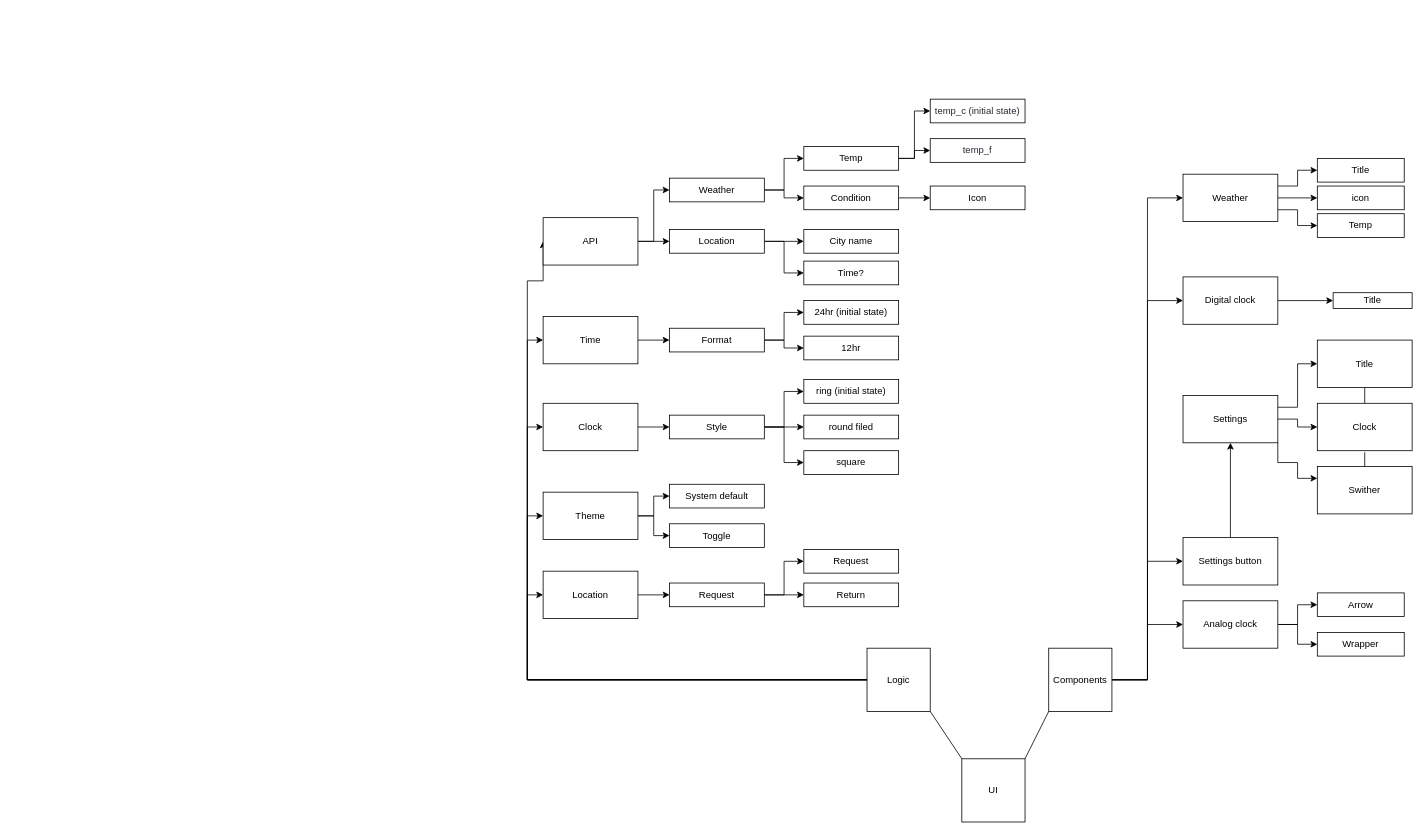
daniknewgarden/react-clock keeps this draw.io diagram as draw.io/react-clock.drawio. Above is the earlier version. Source tidied: cells renumbered, new cells numbered last; positions are measured from the earlier drawing's top-left corner, leaving out a move shared by most shapes. Both pictures are drawn from the tidied source at 79%, with x=0, y=0 at pixel (527, 99).
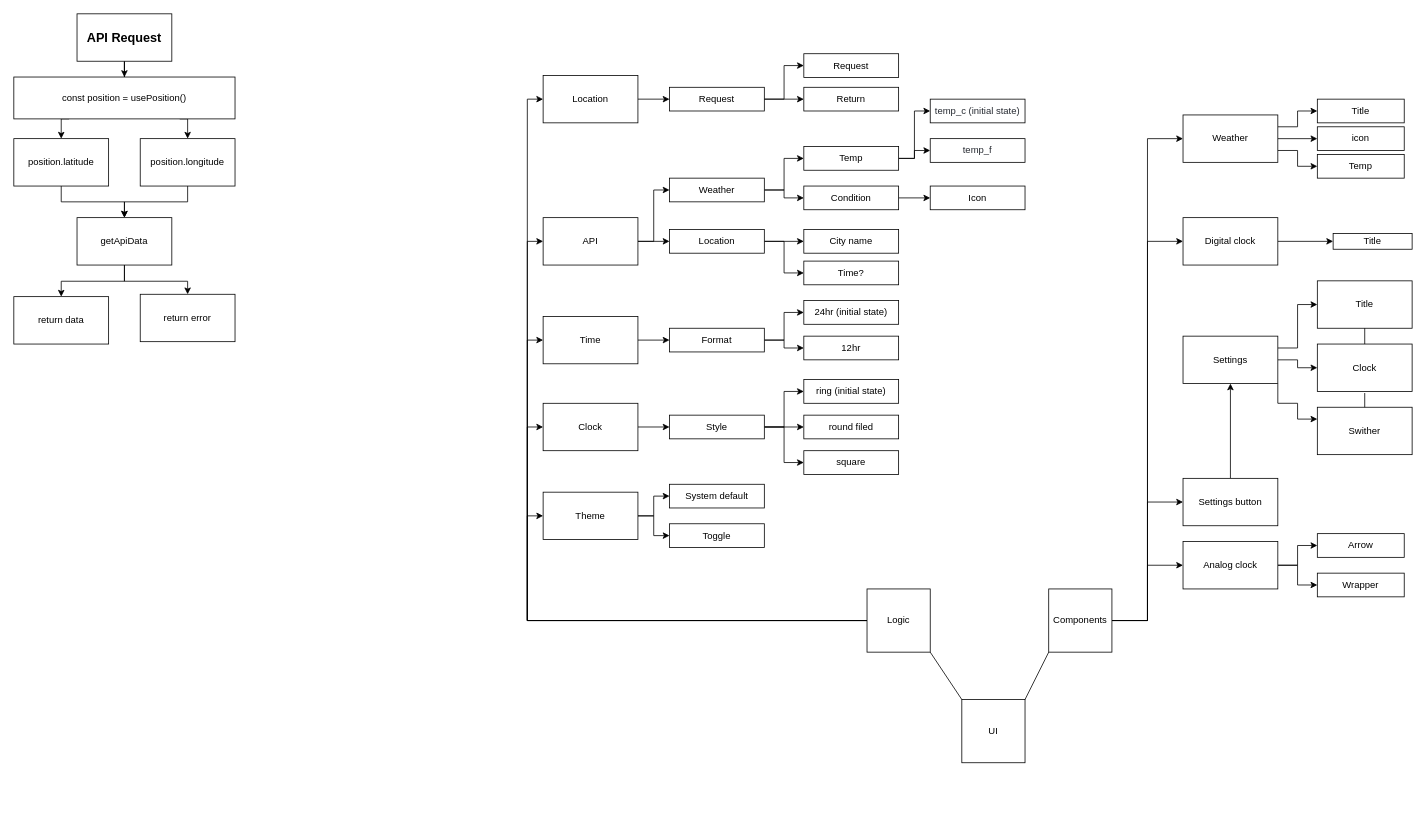
After the change.

The change refers to these unchanged cells:
```xml
<mxCell id="44" value="API" style="rounded=0;whiteSpace=wrap;html=1;" parent="1" vertex="1">
  <mxGeometry x="20" y="150" width="120" height="60" as="geometry" />
</mxCell>
```

Diff of the diagram source:
```diff
@@
     <mxCell id="2" value="UI" style="whiteSpace=wrap;html=1;" parent="1" vertex="1">
-      <mxGeometry x="550" y="835" width="80" height="80" as="geometry" />
+      <mxGeometry x="550" y="760" width="80" height="80" as="geometry" />
     </mxCell>
     <mxCell id="3" style="edgeStyle=orthogonalEdgeStyle;rounded=0;jettySize=auto;html=1;entryX=0;entryY=0.5;entryDx=0;entryDy=0;" parent="1" edge="1" source="8" target="44">
       <mxGeometry relative="1" as="geometry">
         <Array as="points">
-          <mxPoint y="735" />
-          <mxPoint y="230" />
+          <mxPoint y="660" />
+          <mxPoint y="180" />
         </Array>
       </mxGeometry>
     </mxCell>
@@
     <mxCell id="8" value="Logic" style="whiteSpace=wrap;html=1;" parent="1" vertex="1">
-      <mxGeometry x="430" y="695" width="80" height="80" as="geometry" />
+      <mxGeometry x="430" y="620" width="80" height="80" as="geometry" />
     </mxCell>
@@
     <mxCell id="14" value="Components" style="whiteSpace=wrap;html=1;" parent="1" vertex="1">
-      <mxGeometry x="660" y="695" width="80" height="80" as="geometry" />
+      <mxGeometry x="660" y="620" width="80" height="80" as="geometry" />
     </mxCell>
@@
     <mxCell id="19" value="Weather" style="rounded=0;whiteSpace=wrap;html=1;" parent="1" vertex="1">
-      <mxGeometry x="830" y="95" width="120" height="60" as="geometry" />
+      <mxGeometry x="830" y="20" width="120" height="60" as="geometry" />
     </mxCell>
@@
     <mxCell id="22" value="Analog clock" style="rounded=0;whiteSpace=wrap;html=1;" parent="1" vertex="1">
-      <mxGeometry x="830" y="635" width="120" height="60" as="geometry" />
+      <mxGeometry x="830" y="560" width="120" height="60" as="geometry" />
     </mxCell>
@@
     <mxCell id="24" value="Digital clock" style="rounded=0;whiteSpace=wrap;html=1;" parent="1" vertex="1">
-      <mxGeometry x="830" y="225" width="120" height="60" as="geometry" />
+      <mxGeometry x="830" y="150" width="120" height="60" as="geometry" />
     </mxCell>
@@
     <mxCell id="26" value="Settings button" style="rounded=0;whiteSpace=wrap;html=1;" parent="1" vertex="1">
-      <mxGeometry x="830" y="555" width="120" height="60" as="geometry" />
+      <mxGeometry x="830" y="480" width="120" height="60" as="geometry" />
     </mxCell>
@@
     <mxCell id="29" style="edgeStyle=orthogonalEdgeStyle;rounded=0;jettySize=auto;html=1;exitX=1;exitY=1;exitDx=0;exitDy=0;entryX=0;entryY=0.25;entryDx=0;entryDy=0;" parent="1" edge="1" source="30" target="33">
       <mxGeometry relative="1" as="geometry">
         <Array as="points">
-          <mxPoint x="950" y="460" />
-          <mxPoint x="975" y="460" />
-          <mxPoint x="975" y="480" />
+          <mxPoint x="950" y="385" />
+          <mxPoint x="975" y="385" />
+          <mxPoint x="975" y="405" />
         </Array>
       </mxGeometry>
     </mxCell>
     <mxCell id="30" value="Settings" style="rounded=0;whiteSpace=wrap;html=1;" parent="1" vertex="1">
-      <mxGeometry x="830" y="375" width="120" height="60" as="geometry" />
+      <mxGeometry x="830" y="300" width="120" height="60" as="geometry" />
     </mxCell>
     <mxCell id="31" value="Title" style="rounded=0;whiteSpace=wrap;html=1;" parent="1" vertex="1">
-      <mxGeometry x="1000" y="305" width="120" height="60" as="geometry" />
+      <mxGeometry x="1000" y="230" width="120" height="60" as="geometry" />
     </mxCell>
     <mxCell id="32" value="Clock" style="rounded=0;whiteSpace=wrap;html=1;" parent="1" vertex="1">
-      <mxGeometry x="1000" y="385" width="120" height="60" as="geometry" />
+      <mxGeometry x="1000" y="310" width="120" height="60" as="geometry" />
     </mxCell>
     <mxCell id="33" value="Swither" style="rounded=0;whiteSpace=wrap;html=1;" parent="1" vertex="1">
-      <mxGeometry x="1000" y="465" width="120" height="60" as="geometry" />
+      <mxGeometry x="1000" y="390" width="120" height="60" as="geometry" />
     </mxCell>
     <mxCell id="34" style="endArrow=none;html=1;entryX=0.5;entryY=0;entryDx=0;entryDy=0;" parent="1" edge="1" target="33">
       <mxGeometry relative="1" as="geometry">
-        <mxPoint x="1060" y="447" as="sourcePoint" />
+        <mxPoint x="1060" y="372" as="sourcePoint" />
       </mxGeometry>
     </mxCell>
@@
     <mxCell id="36" value="Arrow" style="rounded=0;whiteSpace=wrap;html=1;" parent="1" vertex="1">
-      <mxGeometry x="1000" y="625" width="110" height="30" as="geometry" />
+      <mxGeometry x="1000" y="550" width="110" height="30" as="geometry" />
     </mxCell>
     <mxCell id="37" value="Wrapper" style="rounded=0;whiteSpace=wrap;html=1;" parent="1" vertex="1">
-      <mxGeometry x="1000" y="675" width="110" height="30" as="geometry" />
+      <mxGeometry x="1000" y="600" width="110" height="30" as="geometry" />
     </mxCell>
     <mxCell id="38" value="Title" style="rounded=0;whiteSpace=wrap;html=1;" parent="1" vertex="1">
-      <mxGeometry x="1000" y="75" width="110" height="30" as="geometry" />
+      <mxGeometry x="1000" width="110" height="30" as="geometry" />
     </mxCell>
     <mxCell id="39" value="icon" style="rounded=0;whiteSpace=wrap;html=1;" parent="1" vertex="1">
-      <mxGeometry x="1000" y="110" width="110" height="30" as="geometry" />
+      <mxGeometry x="1000" y="35" width="110" height="30" as="geometry" />
     </mxCell>
     <mxCell id="40" value="Temp" style="rounded=0;whiteSpace=wrap;html=1;" parent="1" vertex="1">
-      <mxGeometry x="1000" y="145" width="110" height="30" as="geometry" />
+      <mxGeometry x="1000" y="70" width="110" height="30" as="geometry" />
     </mxCell>
     <mxCell id="41" value="Title" style="rounded=0;whiteSpace=wrap;html=1;" parent="1" vertex="1">
-      <mxGeometry x="1020" y="245" width="100" height="20" as="geometry" />
+      <mxGeometry x="1020" y="170" width="100" height="20" as="geometry" />
     </mxCell>
@@
     <mxCell id="78" value="Location" style="rounded=0;whiteSpace=wrap;html=1;" parent="1" vertex="1">
-      <mxGeometry x="20" y="597.5" width="120" height="60" as="geometry" />
+      <mxGeometry x="20" y="-30" width="120" height="60" as="geometry" />
     </mxCell>
@@
     <mxCell id="80" value="Request" style="rounded=0;whiteSpace=wrap;html=1;" parent="1" vertex="1">
-      <mxGeometry x="180" y="612.5" width="120" height="30" as="geometry" />
+      <mxGeometry x="180" y="-15" width="120" height="30" as="geometry" />
     </mxCell>
@@
     <mxCell id="86" value="Request" style="rounded=0;whiteSpace=wrap;html=1;" parent="1" vertex="1">
-      <mxGeometry x="350" y="570" width="120" height="30" as="geometry" />
+      <mxGeometry x="350" y="-57.5" width="120" height="30" as="geometry" />
     </mxCell>
     <mxCell id="87" value="Return" style="rounded=0;whiteSpace=wrap;html=1;" parent="1" vertex="1">
-      <mxGeometry x="350" y="612.5" width="120" height="30" as="geometry" />
+      <mxGeometry x="350" y="-15" width="120" height="30" as="geometry" />
     </mxCell>
@@
+    <mxCell id="89" style="edgeStyle=orthogonalEdgeStyle;rounded=0;jettySize=auto;html=1;entryX=0.5;entryY=0;entryDx=0;entryDy=0;" parent="1" edge="1" source="90" target="93">
+      <mxGeometry relative="1" as="geometry" />
+    </mxCell>
+    <mxCell id="90" value="&lt;b&gt;&lt;font style=&quot;font-size: 16px&quot;&gt;API Request&lt;/font&gt;&lt;/b&gt;" style="rounded=0;whiteSpace=wrap;html=1;" parent="1" vertex="1">
+      <mxGeometry x="-570" y="-108" width="120" height="60" as="geometry" />
+    </mxCell>
+    <mxCell id="91" style="edgeStyle=orthogonalEdgeStyle;rounded=0;jettySize=auto;html=1;exitX=0.25;exitY=1;exitDx=0;exitDy=0;entryX=0.5;entryY=0;entryDx=0;entryDy=0;" parent="1" edge="1" source="93" target="95">
+      <mxGeometry relative="1" as="geometry" />
+    </mxCell>
+    <mxCell id="92" style="edgeStyle=orthogonalEdgeStyle;rounded=0;jettySize=auto;html=1;exitX=0.75;exitY=1;exitDx=0;exitDy=0;entryX=0.5;entryY=0;entryDx=0;entryDy=0;" parent="1" edge="1" source="93" target="97">
+      <mxGeometry relative="1" as="geometry" />
+    </mxCell>
+    <mxCell id="93" value="const position = usePosition()" style="rounded=0;whiteSpace=wrap;html=1;" parent="1" vertex="1">
+      <mxGeometry x="-650" y="-28" width="280" height="53" as="geometry" />
+    </mxCell>
+    <mxCell id="94" style="edgeStyle=orthogonalEdgeStyle;rounded=0;jettySize=auto;html=1;entryX=0.5;entryY=0;entryDx=0;entryDy=0;" parent="1" edge="1" source="95" target="100">
+      <mxGeometry relative="1" as="geometry" />
+    </mxCell>
+    <mxCell id="95" value="position.latitude" style="rounded=0;whiteSpace=wrap;html=1;" parent="1" vertex="1">
+      <mxGeometry x="-650" y="50" width="120" height="60" as="geometry" />
+    </mxCell>
+    <mxCell id="96" style="edgeStyle=orthogonalEdgeStyle;rounded=0;jettySize=auto;html=1;entryX=0.5;entryY=0;entryDx=0;entryDy=0;" parent="1" edge="1" source="97" target="100">
+      <mxGeometry relative="1" as="geometry" />
+    </mxCell>
+    <mxCell id="97" value="position.longitude" style="rounded=0;whiteSpace=wrap;html=1;" parent="1" vertex="1">
+      <mxGeometry x="-490" y="50" width="120" height="60" as="geometry" />
+    </mxCell>
+    <mxCell id="98" style="edgeStyle=orthogonalEdgeStyle;rounded=0;jettySize=auto;html=1;entryX=0.5;entryY=0;entryDx=0;entryDy=0;" parent="1" edge="1" target="101">
+      <mxGeometry relative="1" as="geometry">
+        <mxPoint x="-510" y="198.5" as="sourcePoint" />
+        <Array as="points">
+          <mxPoint x="-510" y="230.5" />
+          <mxPoint x="-590" y="230.5" />
+        </Array>
+      </mxGeometry>
+    </mxCell>
+    <mxCell id="99" style="edgeStyle=orthogonalEdgeStyle;rounded=0;jettySize=auto;html=1;" parent="1" edge="1" target="102">
+      <mxGeometry relative="1" as="geometry">
+        <mxPoint x="-510" y="198.5" as="sourcePoint" />
+        <Array as="points">
+          <mxPoint x="-510" y="230.5" />
+          <mxPoint x="-430" y="230.5" />
+        </Array>
+      </mxGeometry>
+    </mxCell>
+    <mxCell id="100" value="getApiData" style="rounded=0;whiteSpace=wrap;html=1;" parent="1" vertex="1">
+      <mxGeometry x="-570" y="150" width="120" height="60" as="geometry" />
+    </mxCell>
+    <mxCell id="101" value="return data" style="rounded=0;whiteSpace=wrap;html=1;" parent="1" vertex="1">
+      <mxGeometry x="-650" y="250" width="120" height="60" as="geometry" />
+    </mxCell>
+    <mxCell id="102" value="return error" style="rounded=0;whiteSpace=wrap;html=1;" parent="1" vertex="1">
+      <mxGeometry x="-490" y="247" width="120" height="60" as="geometry" />
+    </mxCell>
```
